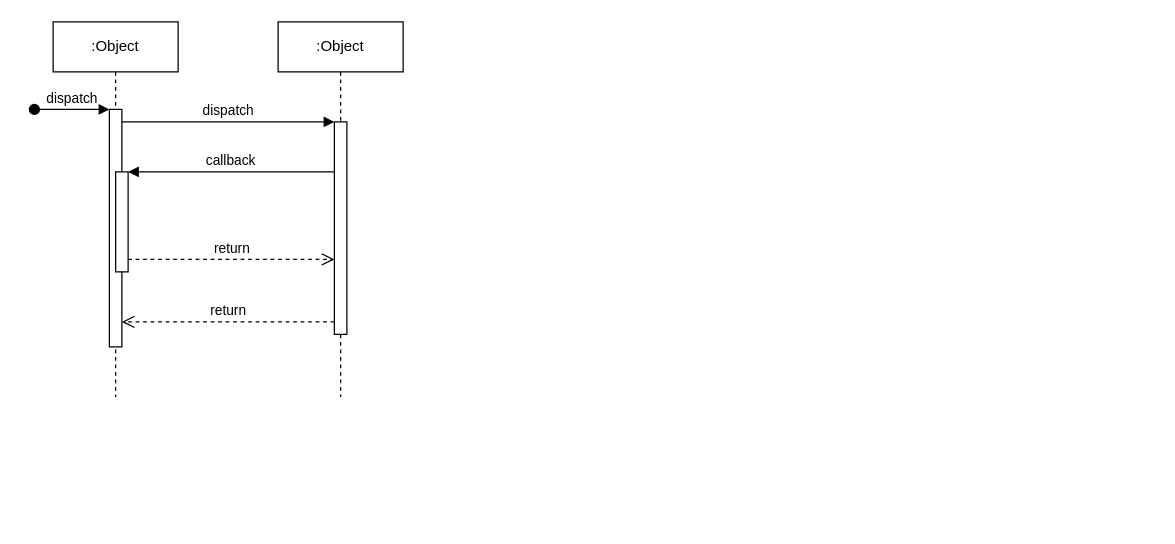
This is Untitled Diagram.drawio from ravibabar/Assignment, a draw.io file, before an edit. Source tidied: cells renumbered, new cells numbered last; positions are measured from the earlier drawing's top-left corner, leaving out a move shared by most shapes. Both pictures are drawn from the tidied source at 125%, with x=0, y=0 at pixel (34, 21).
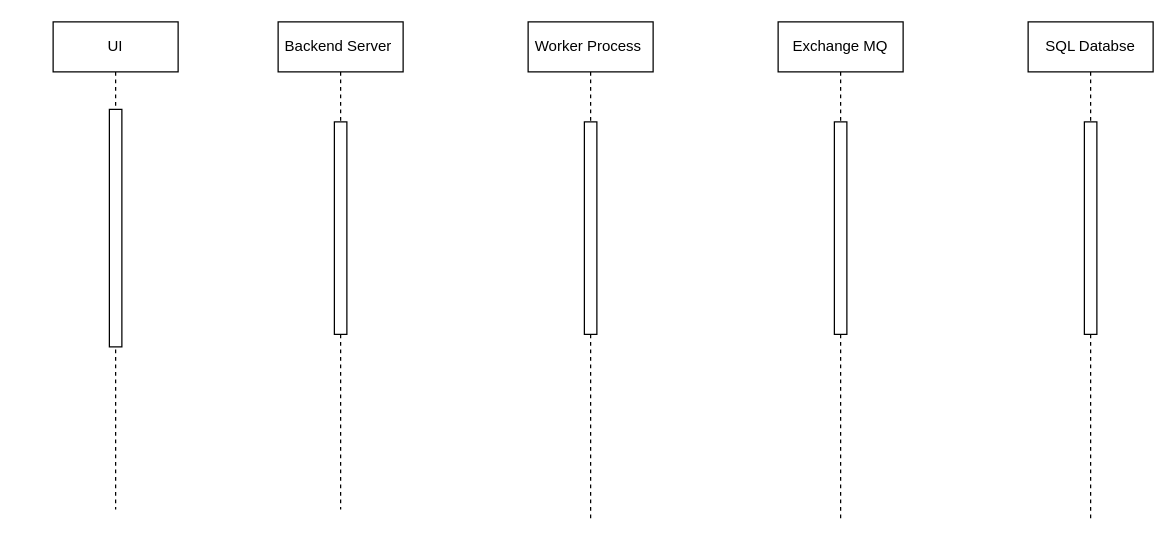
The same diagram, later.

Diff of the diagram source:
```diff
@@
 <mxGraphModel>
   <root>
     <mxCell id="0" />
     <mxCell id="1" parent="0" />
-    <mxCell id="2" value=":Object" style="shape=umlLifeline;perimeter=lifelinePerimeter;whiteSpace=wrap;html=1;newEdgeStyle={&quot;edgeStyle&quot;:&quot;elbowEdgeStyle&quot;,&quot;elbow&quot;:&quot;vertical&quot;,&quot;curved&quot;:0,&quot;rounded&quot;:0};" parent="1" vertex="1">
-      <mxGeometry x="15" width="100" height="300" as="geometry" />
+    <mxCell id="2" value="UI" style="shape=umlLifeline;perimeter=lifelinePerimeter;whiteSpace=wrap;html=1;newEdgeStyle={&quot;edgeStyle&quot;:&quot;elbowEdgeStyle&quot;,&quot;elbow&quot;:&quot;vertical&quot;,&quot;curved&quot;:0,&quot;rounded&quot;:0};" parent="1" vertex="1">
+      <mxGeometry x="15" width="100" height="390" as="geometry" />
     </mxCell>
     <mxCell id="3" style="html=1;points=[];perimeter=orthogonalPerimeter;outlineConnect=0;targetShapes=umlLifeline;portConstraint=eastwest;newEdgeStyle={&quot;edgeStyle&quot;:&quot;elbowEdgeStyle&quot;,&quot;elbow&quot;:&quot;vertical&quot;,&quot;curved&quot;:0,&quot;rounded&quot;:0};" parent="2" vertex="1">
       <mxGeometry x="45" y="70" width="10" height="190" as="geometry" />
     </mxCell>
-    <mxCell id="4" value="dispatch" style="html=1;verticalAlign=bottom;startArrow=oval;endArrow=block;startSize=8;edgeStyle=elbowEdgeStyle;elbow=vertical;curved=0;rounded=0;" parent="2" edge="1" target="3">
-      <mxGeometry relative="1" as="geometry">
-        <mxPoint x="-15" y="70" as="sourcePoint" />
-      </mxGeometry>
-    </mxCell>
-    <mxCell id="5" style="html=1;points=[];perimeter=orthogonalPerimeter;outlineConnect=0;targetShapes=umlLifeline;portConstraint=eastwest;newEdgeStyle={&quot;edgeStyle&quot;:&quot;elbowEdgeStyle&quot;,&quot;elbow&quot;:&quot;vertical&quot;,&quot;curved&quot;:0,&quot;rounded&quot;:0};" parent="2" vertex="1">
-      <mxGeometry x="50" y="120" width="10" height="80" as="geometry" />
-    </mxCell>
-    <mxCell id="6" value=":Object" style="shape=umlLifeline;perimeter=lifelinePerimeter;whiteSpace=wrap;html=1;newEdgeStyle={&quot;edgeStyle&quot;:&quot;elbowEdgeStyle&quot;,&quot;elbow&quot;:&quot;vertical&quot;,&quot;curved&quot;:0,&quot;rounded&quot;:0};" parent="1" vertex="1">
-      <mxGeometry x="195" width="100" height="300" as="geometry" />
+    <mxCell id="6" value="Backend Server&amp;nbsp;" style="shape=umlLifeline;perimeter=lifelinePerimeter;whiteSpace=wrap;html=1;newEdgeStyle={&quot;edgeStyle&quot;:&quot;elbowEdgeStyle&quot;,&quot;elbow&quot;:&quot;vertical&quot;,&quot;curved&quot;:0,&quot;rounded&quot;:0};" parent="1" vertex="1">
+      <mxGeometry x="195" width="100" height="390" as="geometry" />
     </mxCell>
     <mxCell id="7" style="html=1;points=[];perimeter=orthogonalPerimeter;outlineConnect=0;targetShapes=umlLifeline;portConstraint=eastwest;newEdgeStyle={&quot;edgeStyle&quot;:&quot;elbowEdgeStyle&quot;,&quot;elbow&quot;:&quot;vertical&quot;,&quot;curved&quot;:0,&quot;rounded&quot;:0};" parent="6" vertex="1">
       <mxGeometry x="45" y="80" width="10" height="170" as="geometry" />
     </mxCell>
-    <mxCell id="8" value="dispatch" style="html=1;verticalAlign=bottom;endArrow=block;edgeStyle=elbowEdgeStyle;elbow=vertical;curved=0;rounded=0;" parent="1" edge="1" source="3" target="7">
-      <mxGeometry relative="1" as="geometry">
-        <Array as="points">
-          <mxPoint x="155" y="80" />
-        </Array>
-      </mxGeometry>
-    </mxCell>
-    <mxCell id="9" value="return" style="html=1;verticalAlign=bottom;endArrow=open;dashed=1;endSize=8;edgeStyle=elbowEdgeStyle;elbow=vertical;curved=0;rounded=0;" parent="1" edge="1" source="7" target="3">
-      <mxGeometry relative="1" as="geometry">
-        <Array as="points">
-          <mxPoint x="165" y="240" />
-        </Array>
-      </mxGeometry>
-    </mxCell>
-    <mxCell id="10" value="callback" style="html=1;verticalAlign=bottom;endArrow=block;edgeStyle=elbowEdgeStyle;elbow=vertical;curved=0;rounded=0;" parent="1" edge="1" source="7" target="5">
-      <mxGeometry relative="1" as="geometry">
-        <Array as="points">
-          <mxPoint x="165" y="120" />
-        </Array>
-      </mxGeometry>
-    </mxCell>
-    <mxCell id="11" value="return" style="html=1;verticalAlign=bottom;endArrow=open;dashed=1;endSize=8;edgeStyle=elbowEdgeStyle;elbow=vertical;curved=0;rounded=0;" parent="1" edge="1" source="5" target="7">
-      <mxGeometry relative="1" as="geometry">
-        <Array as="points">
-          <mxPoint x="155" y="190" />
-        </Array>
-      </mxGeometry>
-    </mxCell>
+    <mxCell id="12" value="Worker Process&amp;nbsp;" style="shape=umlLifeline;perimeter=lifelinePerimeter;whiteSpace=wrap;html=1;newEdgeStyle={&quot;edgeStyle&quot;:&quot;elbowEdgeStyle&quot;,&quot;elbow&quot;:&quot;vertical&quot;,&quot;curved&quot;:0,&quot;rounded&quot;:0};" parent="1" vertex="1">
+      <mxGeometry x="395" width="100" height="400" as="geometry" />
+    </mxCell>
+    <mxCell id="13" style="html=1;perimeter=orthogonalPerimeter;targetShapes=umlLifeline;newEdgeStyle={&quot;edgeStyle&quot;:&quot;elbowEdgeStyle&quot;,&quot;elbow&quot;:&quot;vertical&quot;,&quot;curved&quot;:0,&quot;rounded&quot;:0};" parent="12" vertex="1">
+      <mxGeometry x="45" y="80" width="10" height="170" as="geometry" />
+    </mxCell>
+    <mxCell id="14" value="Exchange MQ" style="shape=umlLifeline;perimeter=lifelinePerimeter;whiteSpace=wrap;html=1;newEdgeStyle={&quot;edgeStyle&quot;:&quot;elbowEdgeStyle&quot;,&quot;elbow&quot;:&quot;vertical&quot;,&quot;curved&quot;:0,&quot;rounded&quot;:0};" parent="1" vertex="1">
+      <mxGeometry x="595" width="100" height="400" as="geometry" />
+    </mxCell>
+    <mxCell id="15" style="html=1;perimeter=orthogonalPerimeter;targetShapes=umlLifeline;newEdgeStyle={&quot;edgeStyle&quot;:&quot;elbowEdgeStyle&quot;,&quot;elbow&quot;:&quot;vertical&quot;,&quot;curved&quot;:0,&quot;rounded&quot;:0};" parent="14" vertex="1">
+      <mxGeometry x="45" y="80" width="10" height="170" as="geometry" />
+    </mxCell>
+    <mxCell id="16" value="SQL Databse" style="shape=umlLifeline;perimeter=lifelinePerimeter;whiteSpace=wrap;html=1;newEdgeStyle={&quot;edgeStyle&quot;:&quot;elbowEdgeStyle&quot;,&quot;elbow&quot;:&quot;vertical&quot;,&quot;curved&quot;:0,&quot;rounded&quot;:0};" parent="1" vertex="1">
+      <mxGeometry x="795" width="100" height="400" as="geometry" />
+    </mxCell>
+    <mxCell id="17" style="html=1;perimeter=orthogonalPerimeter;targetShapes=umlLifeline;newEdgeStyle={&quot;edgeStyle&quot;:&quot;elbowEdgeStyle&quot;,&quot;elbow&quot;:&quot;vertical&quot;,&quot;curved&quot;:0,&quot;rounded&quot;:0};" parent="16" vertex="1">
+      <mxGeometry x="45" y="80" width="10" height="170" as="geometry" />
+    </mxCell>
   </root>
 </mxGraphModel>
```
